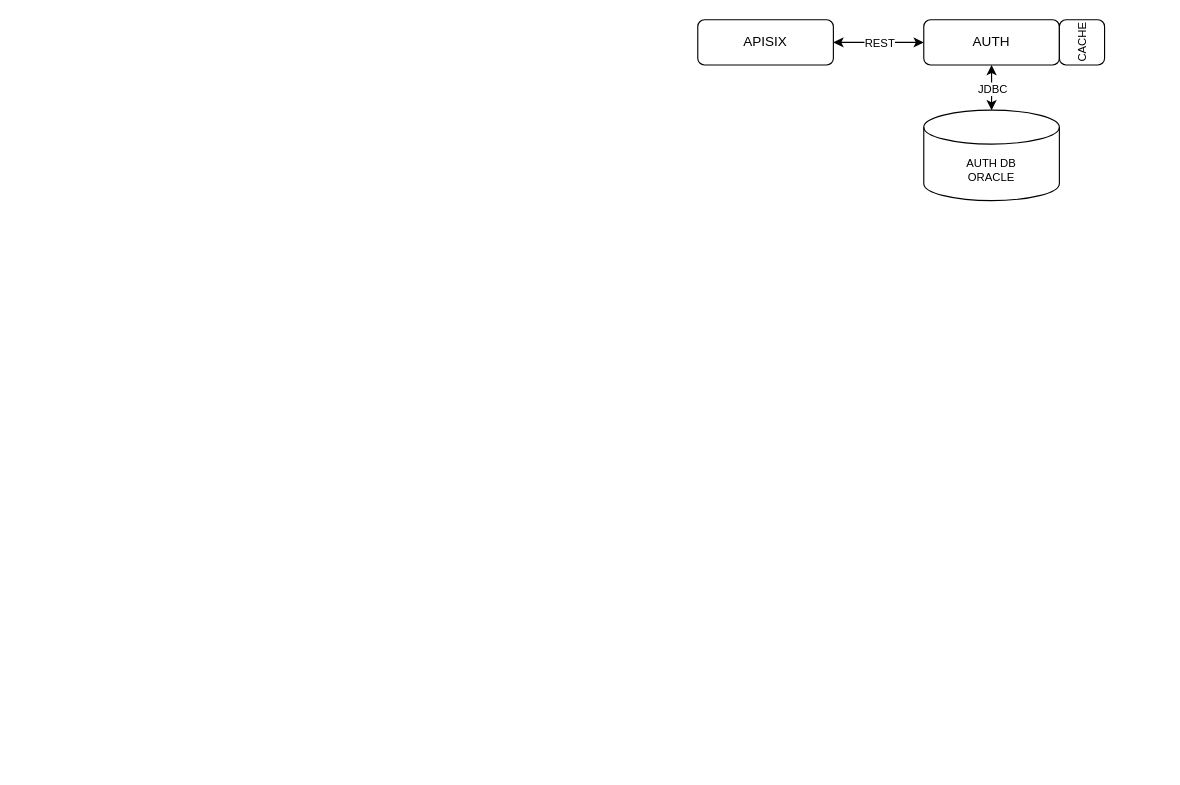
This is stage1.drawio from Yura42/new_pay, a draw.io file, before an edit. Source tidied: cells renumbered, new cells numbered last; positions are measured from the earlier drawing's top-left corner, leaving out a move shared by most shapes. Both pictures are drawn from the tidied source at 113%, with x=0, y=0 at pixel (697, 19).
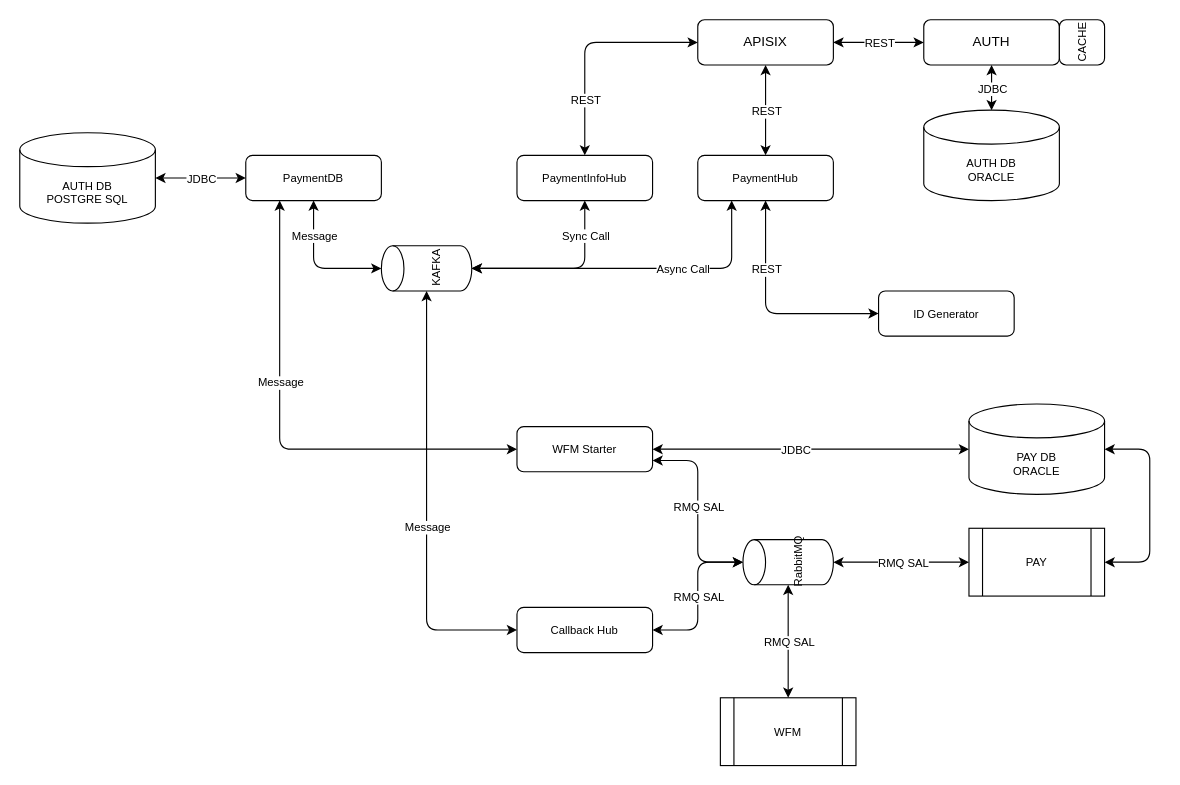
Above is the later version.

Commit message:
init stage 1 payment hub payment info hubinteraction between new and current pay

Unchanged cells that the change refers to:
```xml
<mxCell id="2" value="APISIX" style="rounded=1;whiteSpace=wrap;html=1;" parent="1" vertex="1">
  <mxGeometry width="120" height="40" as="geometry" />
</mxCell>
```

The edit, as a diff of the source:
```diff
@@
+    <mxCell id="10" value="PaymentHub" style="rounded=1;whiteSpace=wrap;html=1;fontSize=10;" parent="1" vertex="1">
+      <mxGeometry y="120" width="120" height="40" as="geometry" />
+    </mxCell>
+    <mxCell id="11" value="PaymentInfoHub" style="rounded=1;whiteSpace=wrap;html=1;fontSize=10;" parent="1" vertex="1">
+      <mxGeometry x="-160" y="120" width="120" height="40" as="geometry" />
+    </mxCell>
+    <mxCell id="12" style="endArrow=classic;startArrow=classic;html=1;fontSize=10;entryX=0.5;entryY=1;entryDx=0;entryDy=0;" parent="1" edge="1" source="10" target="2">
+      <mxGeometry relative="1" as="geometry" />
+    </mxCell>
+    <mxCell id="13" value="REST" style="edgeLabel;html=1;align=center;verticalAlign=middle;fontSize=10;" parent="12" vertex="1">
+      <mxGeometry x="0.53" y="-2" relative="1" as="geometry">
+        <mxPoint x="-2" y="21" as="offset" />
+      </mxGeometry>
+    </mxCell>
+    <mxCell id="14" style="endArrow=classic;startArrow=classic;html=1;fontSize=10;entryX=0;entryY=0.5;entryDx=0;entryDy=0;exitX=0.5;exitY=0;exitDx=0;exitDy=0;" parent="1" edge="1" source="11" target="2">
+      <mxGeometry relative="1" as="geometry">
+        <Array as="points">
+          <mxPoint x="-100" y="20" />
+        </Array>
+      </mxGeometry>
+    </mxCell>
+    <mxCell id="15" value="REST" style="edgeLabel;html=1;align=center;verticalAlign=middle;fontSize=10;" parent="14" vertex="1">
+      <mxGeometry x="0.35" relative="1" as="geometry">
+        <mxPoint x="-35" y="50" as="offset" />
+      </mxGeometry>
+    </mxCell>
+    <mxCell id="16" value="PaymentDB" style="rounded=1;whiteSpace=wrap;html=1;fontSize=10;" parent="1" vertex="1">
+      <mxGeometry x="-400" y="120" width="120" height="40" as="geometry" />
+    </mxCell>
+    <mxCell id="17" value="KAFKA" style="shape=cylinder3;whiteSpace=wrap;html=1;boundedLbl=1;backgroundOutline=1;size=9.988491716056103;fontSize=10;rotation=-90;horizontal=1;verticalAlign=middle;" parent="1" vertex="1">
+      <mxGeometry x="-260" y="180" width="40" height="80" as="geometry" />
+    </mxCell>
+    <mxCell id="18" value="ID Generator" style="rounded=1;whiteSpace=wrap;html=1;fontSize=10;" parent="1" vertex="1">
+      <mxGeometry x="160" y="240" width="120" height="40" as="geometry" />
+    </mxCell>
+    <mxCell id="19" style="endArrow=classic;startArrow=classic;html=1;fontSize=10;exitX=0.5;exitY=1;exitDx=0;exitDy=0;entryX=0;entryY=0.5;entryDx=0;entryDy=0;" parent="1" edge="1" source="10" target="18">
+      <mxGeometry relative="1" as="geometry">
+        <Array as="points">
+          <mxPoint x="60" y="260" />
+        </Array>
+      </mxGeometry>
+    </mxCell>
+    <mxCell id="20" value="REST" style="edgeLabel;html=1;align=center;verticalAlign=middle;fontSize=10;" parent="19" vertex="1">
+      <mxGeometry x="0.24" y="-2" relative="1" as="geometry">
+        <mxPoint x="-24" y="-42" as="offset" />
+      </mxGeometry>
+    </mxCell>
+    <mxCell id="21" style="endArrow=classic;startArrow=classic;html=1;fontSize=10;entryX=0.25;entryY=1;entryDx=0;entryDy=0;exitX=0.5;exitY=1;exitDx=0;exitDy=0;exitPerimeter=0;" parent="1" edge="1" source="17" target="10">
+      <mxGeometry relative="1" as="geometry">
+        <Array as="points">
+          <mxPoint x="30" y="220" />
+        </Array>
+      </mxGeometry>
+    </mxCell>
+    <mxCell id="22" value="Async Call" style="edgeLabel;html=1;align=center;verticalAlign=middle;fontSize=10;" parent="21" vertex="1">
+      <mxGeometry x="0.28" y="-1" relative="1" as="geometry">
+        <mxPoint y="-1" as="offset" />
+      </mxGeometry>
+    </mxCell>
+    <mxCell id="23" style="endArrow=classic;startArrow=classic;html=1;fontSize=10;entryX=0.5;entryY=0;entryDx=0;entryDy=0;entryPerimeter=0;exitX=0.5;exitY=1;exitDx=0;exitDy=0;" parent="1" edge="1" source="16" target="17">
+      <mxGeometry relative="1" as="geometry">
+        <Array as="points">
+          <mxPoint x="-340" y="220" />
+        </Array>
+      </mxGeometry>
+    </mxCell>
+    <mxCell id="24" value="Message" style="edgeLabel;html=1;align=center;verticalAlign=middle;fontSize=10;" parent="23" vertex="1">
+      <mxGeometry x="-0.16" y="1" relative="1" as="geometry">
+        <mxPoint x="-1" y="-20" as="offset" />
+      </mxGeometry>
+    </mxCell>
+    <mxCell id="25" style="endArrow=classic;startArrow=classic;html=1;fontSize=10;entryX=0.5;entryY=1;entryDx=0;entryDy=0;exitX=0.5;exitY=1;exitDx=0;exitDy=0;exitPerimeter=0;" parent="1" edge="1" source="17" target="11">
+      <mxGeometry relative="1" as="geometry">
+        <Array as="points">
+          <mxPoint x="-100" y="220" />
+        </Array>
+      </mxGeometry>
+    </mxCell>
+    <mxCell id="26" value="Sync Call" style="edgeLabel;html=1;align=center;verticalAlign=middle;fontSize=10;" parent="25" vertex="1">
+      <mxGeometry x="0.38" relative="1" as="geometry">
+        <mxPoint y="-20" as="offset" />
+      </mxGeometry>
+    </mxCell>
+    <mxCell id="27" value="AUTH DB&lt;br&gt;POSTGRE SQL" style="shape=cylinder3;whiteSpace=wrap;html=1;boundedLbl=1;backgroundOutline=1;size=15;fontSize=10;" parent="1" vertex="1">
+      <mxGeometry x="-600" y="100" width="120" height="80" as="geometry" />
+    </mxCell>
+    <mxCell id="28" style="endArrow=classic;startArrow=classic;html=1;fontSize=10;entryX=1;entryY=0.5;entryDx=0;entryDy=0;entryPerimeter=0;exitX=0;exitY=0.5;exitDx=0;exitDy=0;" parent="1" edge="1" source="16" target="27">
+      <mxGeometry relative="1" as="geometry" />
+    </mxCell>
+    <mxCell id="29" value="JDBC" style="edgeLabel;html=1;align=center;verticalAlign=middle;fontSize=10;" parent="28" vertex="1">
+      <mxGeometry x="-0.24" y="-1" relative="1" as="geometry">
+        <mxPoint x="-10" y="1" as="offset" />
+      </mxGeometry>
+    </mxCell>
+    <mxCell id="30" value="WFM Starter" style="rounded=1;whiteSpace=wrap;html=1;fontSize=10;" parent="1" vertex="1">
+      <mxGeometry x="-160" y="360" width="120" height="40" as="geometry" />
+    </mxCell>
+    <mxCell id="31" style="endArrow=classic;startArrow=classic;html=1;fontSize=10;entryX=0.25;entryY=1;entryDx=0;entryDy=0;exitX=0;exitY=0.5;exitDx=0;exitDy=0;" parent="1" edge="1" source="30" target="16">
+      <mxGeometry relative="1" as="geometry">
+        <Array as="points">
+          <mxPoint x="-370" y="380" />
+        </Array>
+      </mxGeometry>
+    </mxCell>
+    <mxCell id="32" value="Message" style="edgeLabel;html=1;align=center;verticalAlign=middle;fontSize=10;" parent="31" vertex="1">
+      <mxGeometry x="-0.23" y="3" relative="1" as="geometry">
+        <mxPoint x="-44" y="-63" as="offset" />
+      </mxGeometry>
+    </mxCell>
+    <mxCell id="33" value="Callback Hub" style="rounded=1;whiteSpace=wrap;html=1;fontSize=10;" parent="1" vertex="1">
+      <mxGeometry x="-160" y="520" width="120" height="40" as="geometry" />
+    </mxCell>
+    <mxCell id="34" style="endArrow=classic;startArrow=classic;html=1;fontSize=10;entryX=0;entryY=0.5;entryDx=0;entryDy=0;exitX=0;exitY=0.5;exitDx=0;exitDy=0;exitPerimeter=0;" parent="1" edge="1" source="17" target="33">
+      <mxGeometry relative="1" as="geometry">
+        <Array as="points">
+          <mxPoint x="-240" y="540" />
+        </Array>
+      </mxGeometry>
+    </mxCell>
+    <mxCell id="35" value="Message" style="edgeLabel;html=1;align=center;verticalAlign=middle;fontSize=10;" parent="34" vertex="1">
+      <mxGeometry x="0.2" y="-2" relative="1" as="geometry">
+        <mxPoint x="2" y="-20" as="offset" />
+      </mxGeometry>
+    </mxCell>
+    <mxCell id="36" value="WFM" style="shape=process;whiteSpace=wrap;html=1;backgroundOutline=1;fontSize=10;" parent="1" vertex="1">
+      <mxGeometry x="20" y="600" width="120" height="60" as="geometry" />
+    </mxCell>
+    <mxCell id="37" value="PAY DB&lt;br&gt;ORACLE" style="shape=cylinder3;whiteSpace=wrap;html=1;boundedLbl=1;backgroundOutline=1;size=15;fontSize=10;" parent="1" vertex="1">
+      <mxGeometry x="240" y="340" width="120" height="80" as="geometry" />
+    </mxCell>
+    <mxCell id="38" style="endArrow=classic;startArrow=classic;html=1;fontSize=10;exitX=1;exitY=0.5;exitDx=0;exitDy=0;entryX=0;entryY=0.5;entryDx=0;entryDy=0;entryPerimeter=0;" parent="1" edge="1" source="30" target="37">
+      <mxGeometry relative="1" as="geometry" />
+    </mxCell>
+    <mxCell id="39" value="JDBC" style="edgeLabel;html=1;align=center;verticalAlign=middle;fontSize=10;" parent="38" vertex="1">
+      <mxGeometry x="-0.35" y="-4" relative="1" as="geometry">
+        <mxPoint x="35" y="-4" as="offset" />
+      </mxGeometry>
+    </mxCell>
+    <mxCell id="40" value="RabbitMQ" style="shape=cylinder3;whiteSpace=wrap;html=1;boundedLbl=1;backgroundOutline=1;size=9.988491716056103;fontSize=10;rotation=-90;horizontal=1;verticalAlign=middle;" parent="1" vertex="1">
+      <mxGeometry x="60" y="440" width="40" height="80" as="geometry" />
+    </mxCell>
+    <mxCell id="41" style="endArrow=classic;startArrow=classic;html=1;fontSize=10;exitX=1;exitY=0.75;exitDx=0;exitDy=0;entryX=0.5;entryY=0;entryDx=0;entryDy=0;entryPerimeter=0;" parent="1" edge="1" source="30" target="40">
+      <mxGeometry relative="1" as="geometry">
+        <Array as="points">
+          <mxPoint y="390" />
+          <mxPoint y="480" />
+        </Array>
+      </mxGeometry>
+    </mxCell>
+    <mxCell id="42" value="RMQ SAL" style="edgeLabel;html=1;align=center;verticalAlign=middle;fontSize=10;" parent="41" vertex="1">
+      <mxGeometry x="-0.19" relative="1" as="geometry">
+        <mxPoint y="11" as="offset" />
+      </mxGeometry>
+    </mxCell>
+    <mxCell id="43" style="endArrow=classic;startArrow=classic;html=1;fontSize=10;entryX=0.5;entryY=0;entryDx=0;entryDy=0;exitX=0;exitY=0.5;exitDx=0;exitDy=0;exitPerimeter=0;" parent="1" edge="1" source="40" target="36">
+      <mxGeometry relative="1" as="geometry" />
+    </mxCell>
+    <mxCell id="44" value="RMQ SAL" style="edgeLabel;html=1;align=center;verticalAlign=middle;fontSize=10;" parent="43" vertex="1">
+      <mxGeometry x="0.32" y="1" relative="1" as="geometry">
+        <mxPoint x="-1" y="-16" as="offset" />
+      </mxGeometry>
+    </mxCell>
+    <mxCell id="45" style="endArrow=classic;startArrow=classic;html=1;fontSize=10;entryX=0.5;entryY=0;entryDx=0;entryDy=0;entryPerimeter=0;exitX=1;exitY=0.5;exitDx=0;exitDy=0;" parent="1" edge="1" source="33" target="40">
+      <mxGeometry relative="1" as="geometry">
+        <Array as="points">
+          <mxPoint y="540" />
+          <mxPoint y="480" />
+        </Array>
+      </mxGeometry>
+    </mxCell>
+    <mxCell id="46" value="RMQ SAL" style="edgeLabel;html=1;align=center;verticalAlign=middle;fontSize=10;" parent="45" vertex="1">
+      <mxGeometry x="-0.21" y="1" relative="1" as="geometry">
+        <mxPoint x="1" y="-15" as="offset" />
+      </mxGeometry>
+    </mxCell>
+    <mxCell id="47" value="PAY" style="shape=process;whiteSpace=wrap;html=1;backgroundOutline=1;fontSize=10;" parent="1" vertex="1">
+      <mxGeometry x="240" y="450" width="120" height="60" as="geometry" />
+    </mxCell>
+    <mxCell id="48" style="endArrow=classic;startArrow=classic;html=1;fontSize=10;exitX=0.5;exitY=1;exitDx=0;exitDy=0;exitPerimeter=0;entryX=0;entryY=0.5;entryDx=0;entryDy=0;" parent="1" edge="1" source="40" target="47">
+      <mxGeometry relative="1" as="geometry" />
+    </mxCell>
+    <mxCell id="49" value="RMQ SAL" style="edgeLabel;html=1;align=center;verticalAlign=middle;fontSize=10;" parent="48" vertex="1">
+      <mxGeometry x="0.38" y="-1" relative="1" as="geometry">
+        <mxPoint x="-22" y="-1" as="offset" />
+      </mxGeometry>
+    </mxCell>
+    <mxCell id="50" style="endArrow=classic;startArrow=classic;html=1;fontSize=10;entryX=1;entryY=0.5;entryDx=0;entryDy=0;entryPerimeter=0;exitX=1;exitY=0.5;exitDx=0;exitDy=0;" parent="1" edge="1" source="47" target="37">
+      <mxGeometry relative="1" as="geometry">
+        <Array as="points">
+          <mxPoint x="400" y="480" />
+          <mxPoint x="400" y="380" />
+        </Array>
+      </mxGeometry>
+    </mxCell>
```
